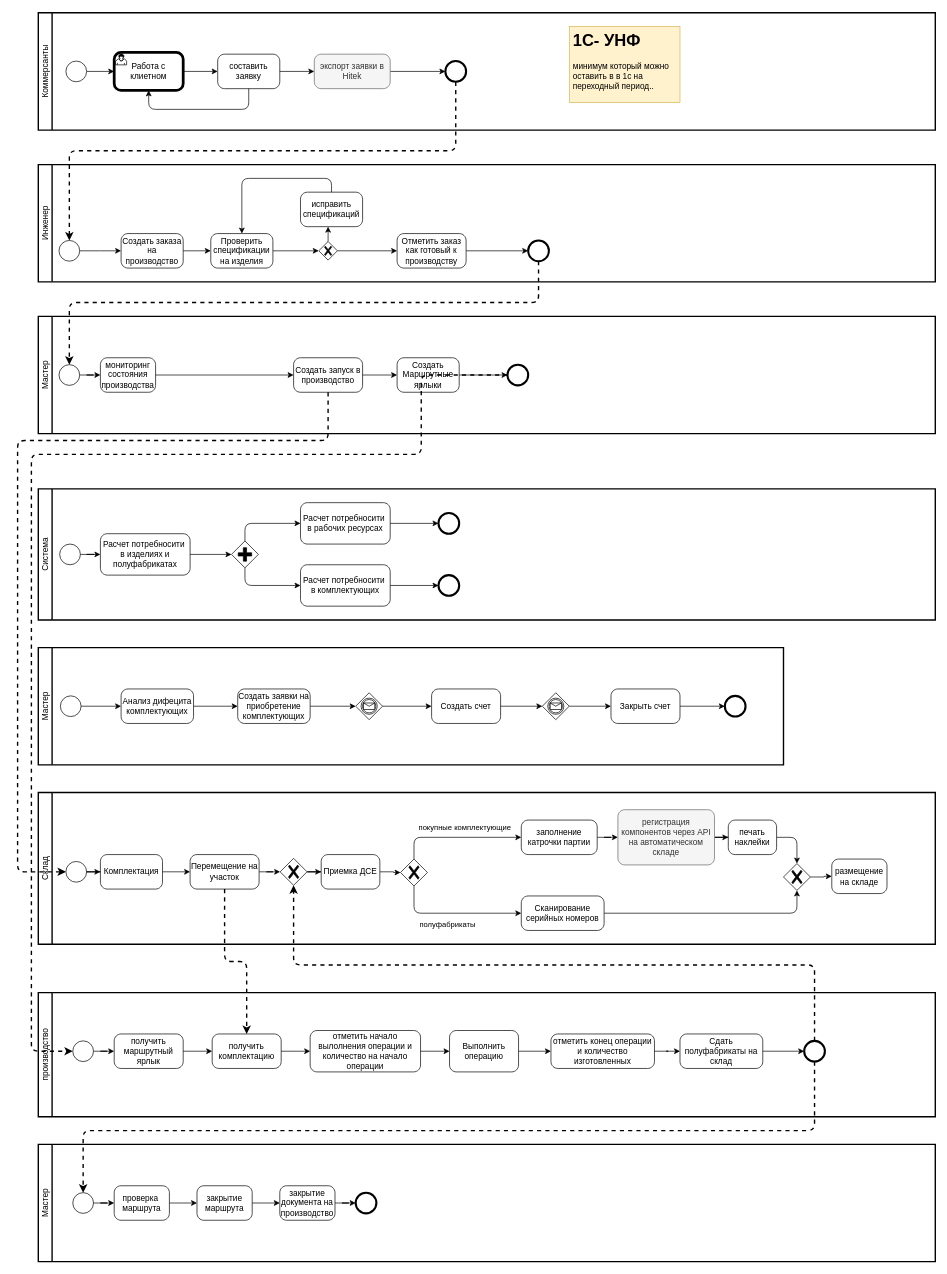
Earlier version of the draw.io diagram HiTek_start.drawio (sashok74/diagrams). Source tidied: cells renumbered, new cells numbered last; positions are measured from the earlier drawing's top-left corner, leaving out a move shared by most shapes. Both pictures are drawn from the tidied source at 69%, with x=0, y=0 at pixel (17, 12).
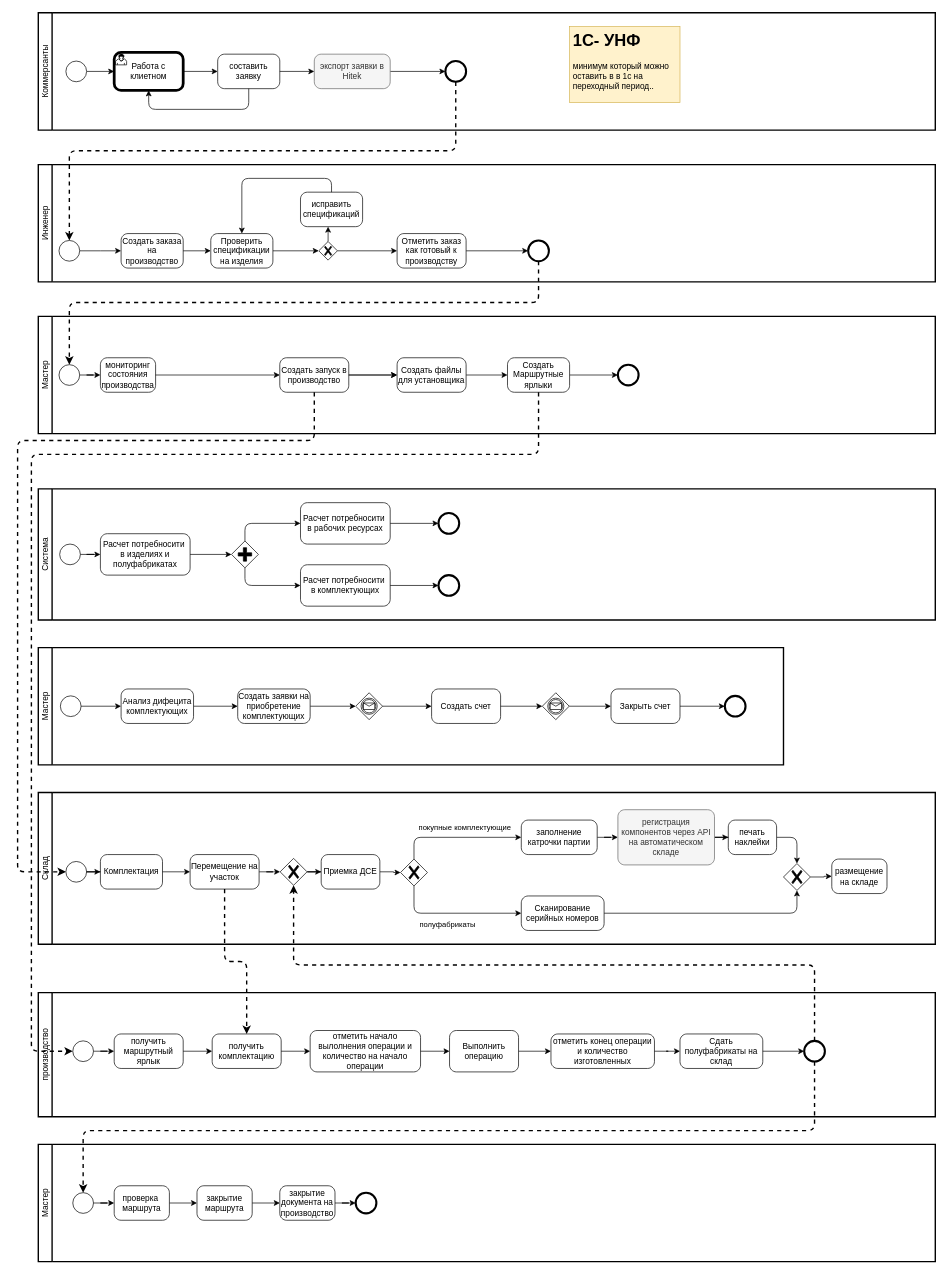
After the change.

The change refers to these unchanged cells:
```xml
<mxCell id="30" value="Мастер" style="swimlane;html=1;startSize=20;fontStyle=0;horizontal=0;swimlaneLine=1;swimlaneFillColor=#ffffff;strokeWidth=2;whiteSpace=wrap;" parent="1" vertex="1">
  <mxGeometry x="30" y="440" width="1300" height="170" as="geometry" />
</mxCell>
<mxCell id="42" style="points=[[0.145,0.145,0],[0.5,0,0],[0.855,0.145,0],[1,0.5,0],[0.855,0.855,0],[0.5,1,0],[0.145,0.855,0],[0,0.5,0]];shape=mxgraph.bpmn.event;html=1;verticalLabelPosition=bottom;labelBackgroundColor=#ffffff;verticalAlign=top;align=center;perimeter=ellipsePerimeter;outlineConnect=0;outline=standard;symbol=general;" parent="39" vertex="1">
  <mxGeometry x="40" y="100" width="30" height="30" as="geometry" />
</mxCell>
<mxCell id="71" style="points=[[0.145,0.145,0],[0.5,0,0],[0.855,0.145,0],[1,0.5,0],[0.855,0.855,0],[0.5,1,0],[0.145,0.855,0],[0,0.5,0]];shape=mxgraph.bpmn.event;html=1;verticalLabelPosition=bottom;labelBackgroundColor=#ffffff;verticalAlign=top;align=center;perimeter=ellipsePerimeter;outlineConnect=0;outline=standard;symbol=general;" parent="57" vertex="1">
  <mxGeometry x="50" y="70" width="30" height="30" as="geometry" />
</mxCell>
```

Diff of the diagram source:
```diff
@@
-    <mxCell id="32" style="points=[[0.145,0.145,0],[0.5,0,0],[0.855,0.145,0],[1,0.5,0],[0.855,0.855,0],[0.5,1,0],[0.145,0.855,0],[0,0.5,0]];shape=mxgraph.bpmn.event;html=1;verticalLabelPosition=bottom;labelBackgroundColor=#ffffff;verticalAlign=top;align=center;perimeter=ellipsePerimeter;outlineConnect=0;outline=end;symbol=terminate2;" parent="30" vertex="1">
-      <mxGeometry x="680" y="70" width="30" height="30" as="geometry" />
-    </mxCell>
     <mxCell id="33" value="Создать запуск в производство" style="points=[[0.25,0,0],[0.5,0,0],[0.75,0,0],[1,0.25,0],[1,0.5,0],[1,0.75,0],[0.75,1,0],[0.5,1,0],[0.25,1,0],[0,0.75,0],[0,0.5,0],[0,0.25,0]];shape=mxgraph.bpmn.task;whiteSpace=wrap;rectStyle=rounded;size=10;html=1;taskMarker=abstract;" parent="30" vertex="1">
-      <mxGeometry x="370" y="60" width="100" height="50" as="geometry" />
+      <mxGeometry x="350" y="60" width="100" height="50" as="geometry" />
     </mxCell>
@@
+    <mxCell id="32" style="points=[[0.145,0.145,0],[0.5,0,0],[0.855,0.145,0],[1,0.5,0],[0.855,0.855,0],[0.5,1,0],[0.145,0.855,0],[0,0.5,0]];shape=mxgraph.bpmn.event;html=1;verticalLabelPosition=bottom;labelBackgroundColor=#ffffff;verticalAlign=top;align=center;perimeter=ellipsePerimeter;outlineConnect=0;outline=end;symbol=terminate2;" parent="30" vertex="1">
+      <mxGeometry x="840" y="70" width="30" height="30" as="geometry" />
+    </mxCell>
+    <mxCell id="49" style="edgeStyle=orthogonalEdgeStyle;rounded=0;jettySize=auto;html=1;entryX=0;entryY=0.5;entryDx=0;entryDy=0;entryPerimeter=0;" parent="30" edge="1" source="50" target="32">
+      <mxGeometry relative="1" as="geometry" />
+    </mxCell>
+    <mxCell id="50" value="Создать Маршрутные ярлыки" style="points=[[0.25,0,0],[0.5,0,0],[0.75,0,0],[1,0.25,0],[1,0.5,0],[1,0.75,0],[0.75,1,0],[0.5,1,0],[0.25,1,0],[0,0.75,0],[0,0.5,0],[0,0.25,0]];shape=mxgraph.bpmn.task;whiteSpace=wrap;rectStyle=rounded;size=10;html=1;taskMarker=abstract;" parent="30" vertex="1">
+      <mxGeometry x="680" y="60" width="90" height="50" as="geometry" />
+    </mxCell>
+    <mxCell id="38" style="edgeStyle=orthogonalEdgeStyle;rounded=0;jettySize=auto;html=1;" parent="30" edge="1" source="129" target="50">
+      <mxGeometry relative="1" as="geometry" />
+    </mxCell>
+    <mxCell id="129" value="Создать файлы для установщика" style="points=[[0.25,0,0],[0.5,0,0],[0.75,0,0],[1,0.25,0],[1,0.5,0],[1,0.75,0],[0.75,1,0],[0.5,1,0],[0.25,1,0],[0,0.75,0],[0,0.5,0],[0,0.25,0]];shape=mxgraph.bpmn.task;whiteSpace=wrap;rectStyle=rounded;size=10;html=1;taskMarker=abstract;" parent="30" vertex="1">
+      <mxGeometry x="520" y="60" width="100" height="50" as="geometry" />
+    </mxCell>
+    <mxCell id="130" style="edgeStyle=orthogonalEdgeStyle;rounded=0;jettySize=auto;html=1;" parent="30" edge="1" source="33" target="129">
+      <mxGeometry relative="1" as="geometry" />
+    </mxCell>
+    <mxCell id="131" style="edgeStyle=orthogonalEdgeStyle;rounded=0;jettySize=auto;html=1;" parent="30" edge="1" source="33" target="129">
+      <mxGeometry relative="1" as="geometry" />
+    </mxCell>
@@
-    <mxCell id="38" style="edgeStyle=orthogonalEdgeStyle;rounded=0;jettySize=auto;html=1;" parent="1" edge="1" source="33" target="50">
-      <mxGeometry relative="1" as="geometry" />
-    </mxCell>
@@
-    <mxCell id="49" style="edgeStyle=orthogonalEdgeStyle;rounded=0;jettySize=auto;html=1;entryX=0;entryY=0.5;entryDx=0;entryDy=0;entryPerimeter=0;" parent="1" edge="1" source="50" target="32">
-      <mxGeometry relative="1" as="geometry" />
-    </mxCell>
-    <mxCell id="50" value="Создать Маршрутные ярлыки" style="points=[[0.25,0,0],[0.5,0,0],[0.75,0,0],[1,0.25,0],[1,0.5,0],[1,0.75,0],[0.75,1,0],[0.5,1,0],[0.25,1,0],[0,0.75,0],[0,0.5,0],[0,0.25,0]];shape=mxgraph.bpmn.task;whiteSpace=wrap;rectStyle=rounded;size=10;html=1;taskMarker=abstract;" parent="1" vertex="1">
-      <mxGeometry x="550" y="500" width="90" height="50" as="geometry" />
-    </mxCell>
@@
     <mxCell id="56" style="edgeStyle=orthogonalEdgeStyle;rounded=1;jettySize=auto;html=1;dashed=1;strokeWidth=2;exitX=0.5;exitY=1;exitDx=0;exitDy=0;exitPerimeter=0;" parent="1" edge="1" source="33" target="42">
       <mxGeometry relative="1" as="geometry">
         <Array as="points">
-          <mxPoint x="450" y="620" />
+          <mxPoint x="430" y="620" />
           <mxPoint y="620" />
           <mxPoint y="1245" />
         </Array>
       </mxGeometry>
     </mxCell>
@@
-    <mxCell id="80" style="edgeStyle=orthogonalEdgeStyle;rounded=1;jettySize=auto;html=1;entryX=0;entryY=0.5;entryDx=0;entryDy=0;entryPerimeter=0;dashed=1;strokeWidth=2;" parent="1" edge="1" source="32" target="71">
+    <mxCell id="80" style="edgeStyle=orthogonalEdgeStyle;rounded=1;jettySize=auto;html=1;entryX=0;entryY=0.5;entryDx=0;entryDy=0;entryPerimeter=0;dashed=1;strokeWidth=2;exitX=0.5;exitY=1;exitDx=0;exitDy=0;exitPerimeter=0;" parent="1" edge="1" source="50" target="71">
       <mxGeometry relative="1" as="geometry">
         <Array as="points">
-          <mxPoint x="585" y="640" />
+          <mxPoint x="755" y="640" />
           <mxPoint x="20" y="640" />
           <mxPoint x="20" y="1505" />
         </Array>
       </mxGeometry>
     </mxCell>
```
